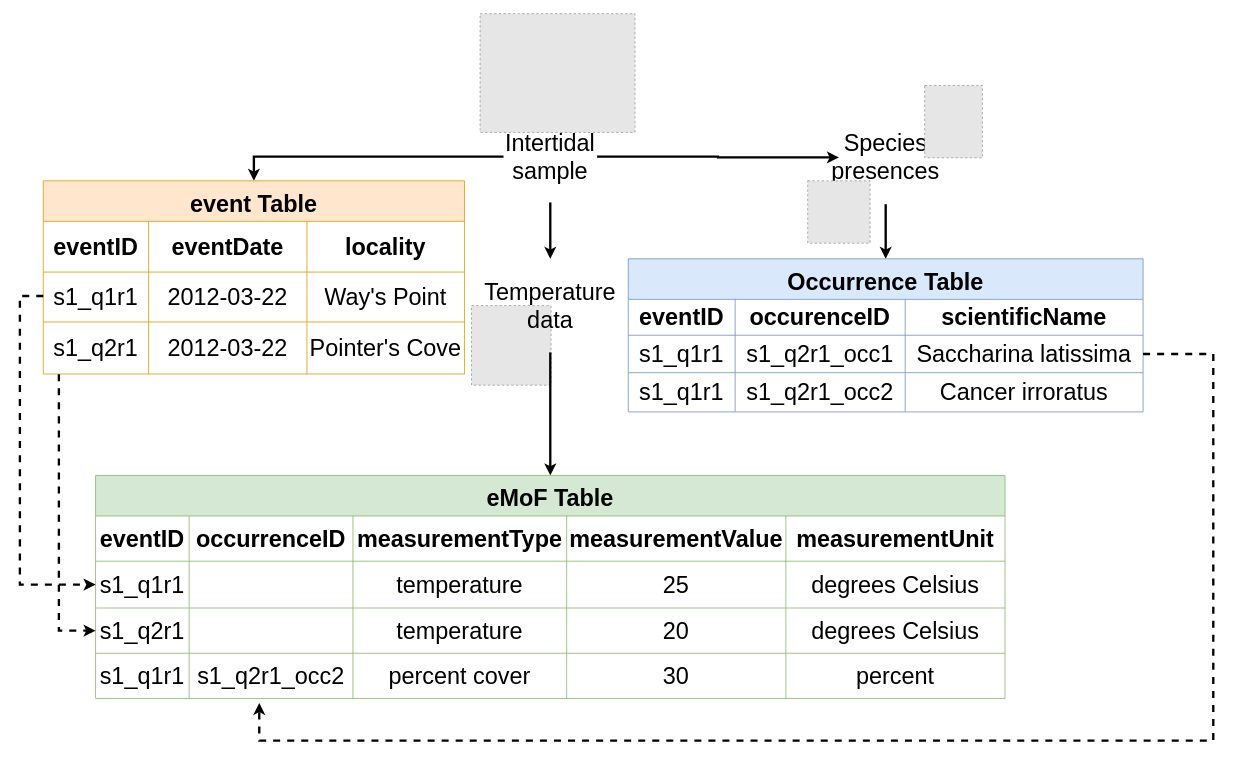
Earlier version of the draw.io diagram event_schemaExample.drawio (iobis/manual). Source tidied: cells renumbered, new cells numbered last; positions are measured from the earlier drawing's top-left corner, leaving out a move shared by most shapes. Both pictures are drawn from the tidied source at 78%, with x=0, y=0 at pixel (20, 13). Pictures stored in the file or linked from it are replaced by grey dashed boxes.
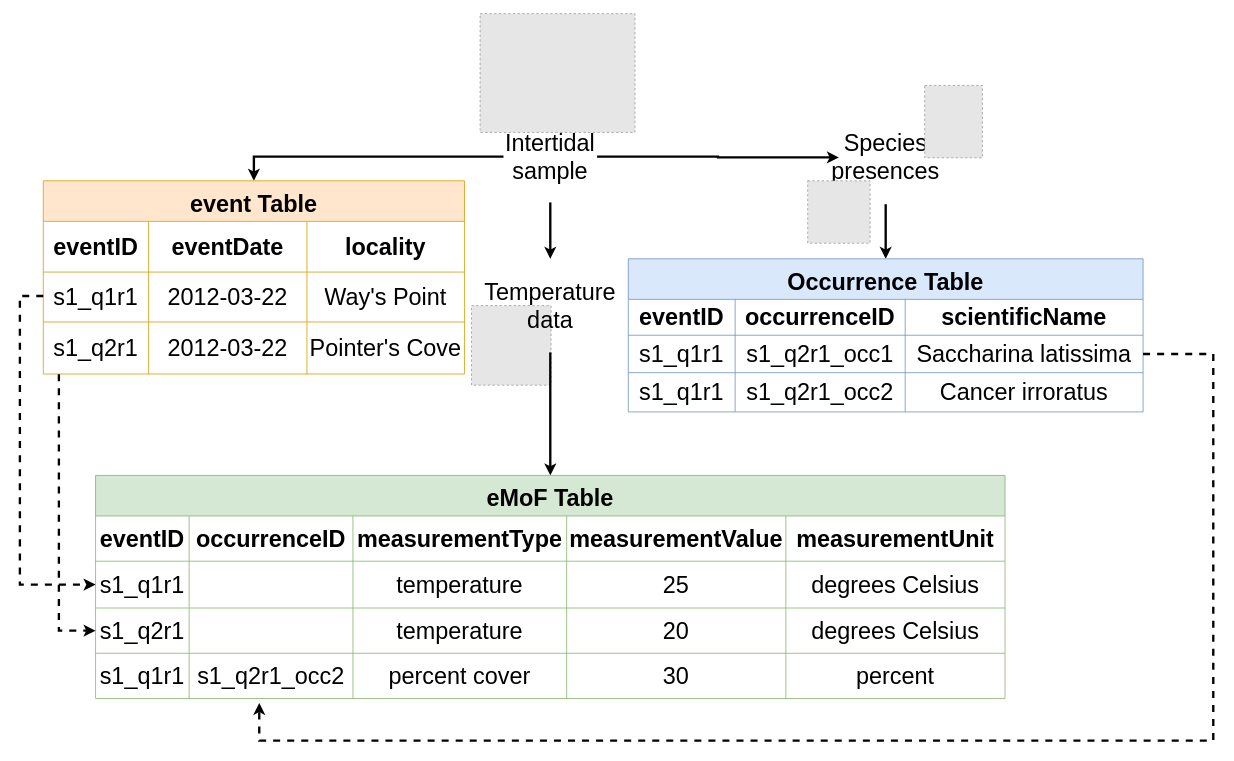
The same page after the edit.

Commit message (it also covers changes not shown here):
fix DwC figure typo #104

The change refers to these unchanged cells:
```xml
<mxCell id="38" style="shape=tableRow;horizontal=0;startSize=0;swimlaneHead=0;swimlaneBody=0;top=0;left=0;bottom=0;right=0;fillColor=none;fontSize=30;" parent="37" vertex="1">
  <mxGeometry y="52" width="660" height="46" as="geometry" />
</mxCell>
```

Change to the diagram source:
```diff
@@
-    <mxCell id="40" value="occurenceID" style="shape=partialRectangle;html=1;whiteSpace=wrap;fillColor=none;top=0;left=0;bottom=0;right=0;overflow=hidden;fontSize=30;fontStyle=1;" parent="38" vertex="1">
+    <mxCell id="40" value="occurrenceID" style="shape=partialRectangle;html=1;whiteSpace=wrap;fillColor=none;top=0;left=0;bottom=0;right=0;overflow=hidden;fontSize=30;fontStyle=1;" parent="38" vertex="1">
       <mxGeometry x="137" width="218" height="46" as="geometry" />
     </mxCell>
```
